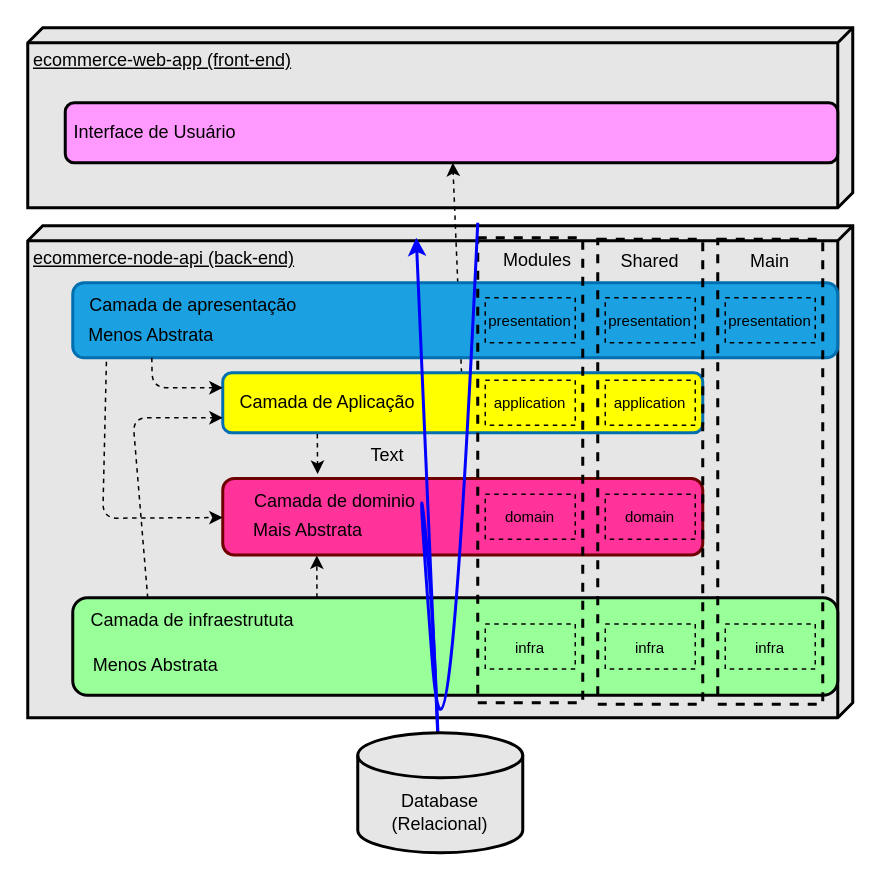
Above: page "Arquitetura em Camadas" (1 of 2) of requirements/ecommerce-arquitetura.drawio in EvilazioNeto/ecommerce-node-api (draw.io), before the change. Source tidied: cells renumbered, new cells numbered last; positions are measured from the earlier drawing's top-left corner, leaving out a move shared by most shapes. Both pictures are drawn from the tidied source at 150%, with x=0, y=0 at pixel (27, 27).
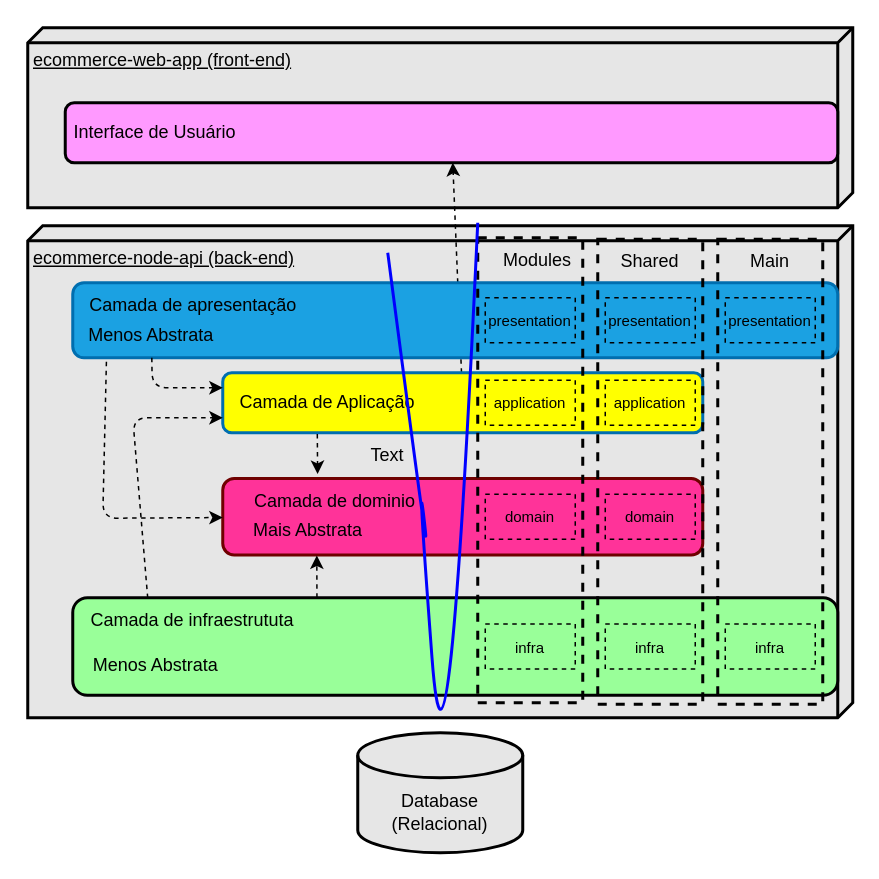
The same diagram, later.

Unchanged cells that the change refers to:
```xml
<mxCell id="41" value="&lt;font color=&quot;#000000&quot;&gt;Database (Relacional)&lt;/font&gt;" style="shape=cylinder3;whiteSpace=wrap;html=1;boundedLbl=1;backgroundOutline=1;size=15;strokeWidth=2;fillColor=#E6E6E6;" parent="1" vertex="1">
  <mxGeometry x="220" y="470" width="110" height="80" as="geometry" />
</mxCell>
```

What changed in the source:
```diff
@@
-    <mxCell id="23" style="curved=1;endArrow=classic;html=1;rounded=1;strokeColor=#0000FF;fontColor=#000000;strokeWidth=2;startArrow=none;" parent="1" edge="1" source="41">
-      <mxGeometry relative="1" as="geometry">
-        <mxPoint x="259" y="140" as="targetPoint" />
-      </mxGeometry>
-    </mxCell>
@@
-    <mxCell id="40" style="curved=1;endArrow=none;html=1;rounded=1;strokeColor=#0000FF;fontColor=#000000;strokeWidth=2;" parent="1" edge="1" target="41">
+    <mxCell id="40" style="curved=1;endArrow=none;html=1;rounded=1;strokeColor=#0000FF;fontColor=#000000;strokeWidth=2;" parent="1" edge="1">
       <mxGeometry relative="1" as="geometry">
         <mxPoint x="300" y="130" as="sourcePoint" />
+        <mxPoint x="240" y="150" as="targetPoint" />
         <Array as="points">
           <mxPoint x="280" y="560" />
           <mxPoint x="259" y="280" />
           <mxPoint x="270" y="380" />
         </Array>
       </mxGeometry>
     </mxCell>
```
